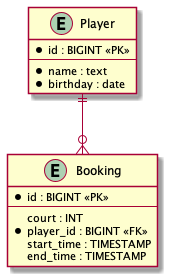
Above: docs/img/er_diagram.png in fredfredfred/ah-springboot-postgres (PlantUML), before the change. Source of this version:
```plantuml
@startuml



entity Player {
  *id : BIGINT <<PK>>
  --
  *name : text
  *birthday : date
}

entity Booking {
  *id : BIGINT <<PK>>
  --
  court : INT
  *player_id : BIGINT <<FK>>
  start_time : TIMESTAMP
  end_time : TIMESTAMP
}

Player ||--o{ Booking

@enduml
```
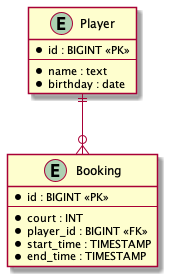
After the commit.

Diff of the diagram source:
```diff
@@ -1,6 +1,4 @@
 @startuml
-
-
 
 entity Player {
   *id : BIGINT <<PK>>
@@ -12,10 +10,10 @@
 entity Booking {
   *id : BIGINT <<PK>>
   --
-  court : INT
+  *court : INT
   *player_id : BIGINT <<FK>>
-  start_time : TIMESTAMP
-  end_time : TIMESTAMP
+  *start_time : TIMESTAMP
+  *end_time : TIMESTAMP
 }
 
 Player ||--o{ Booking
```
